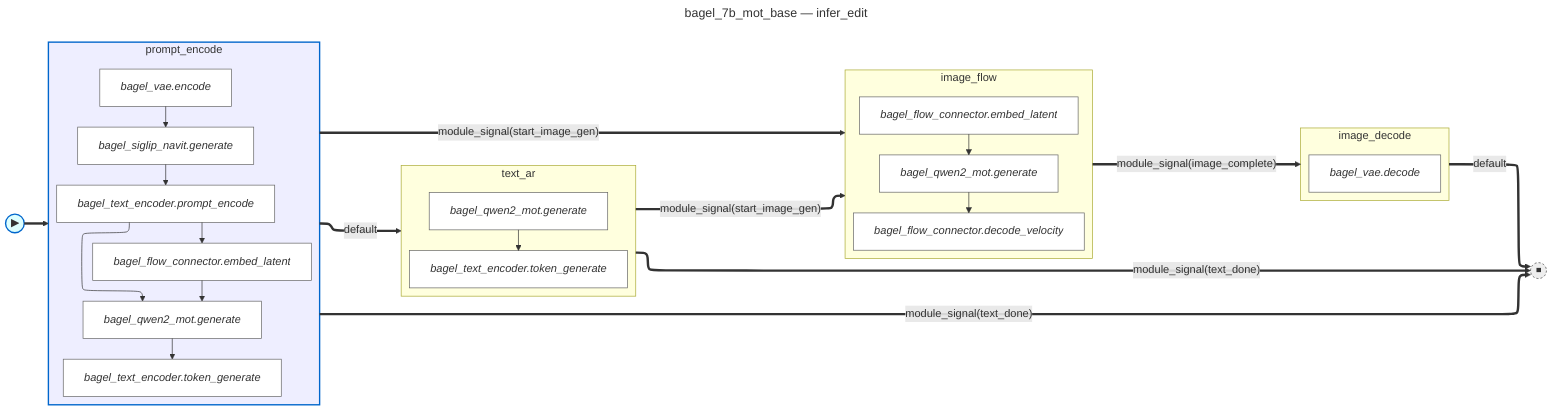
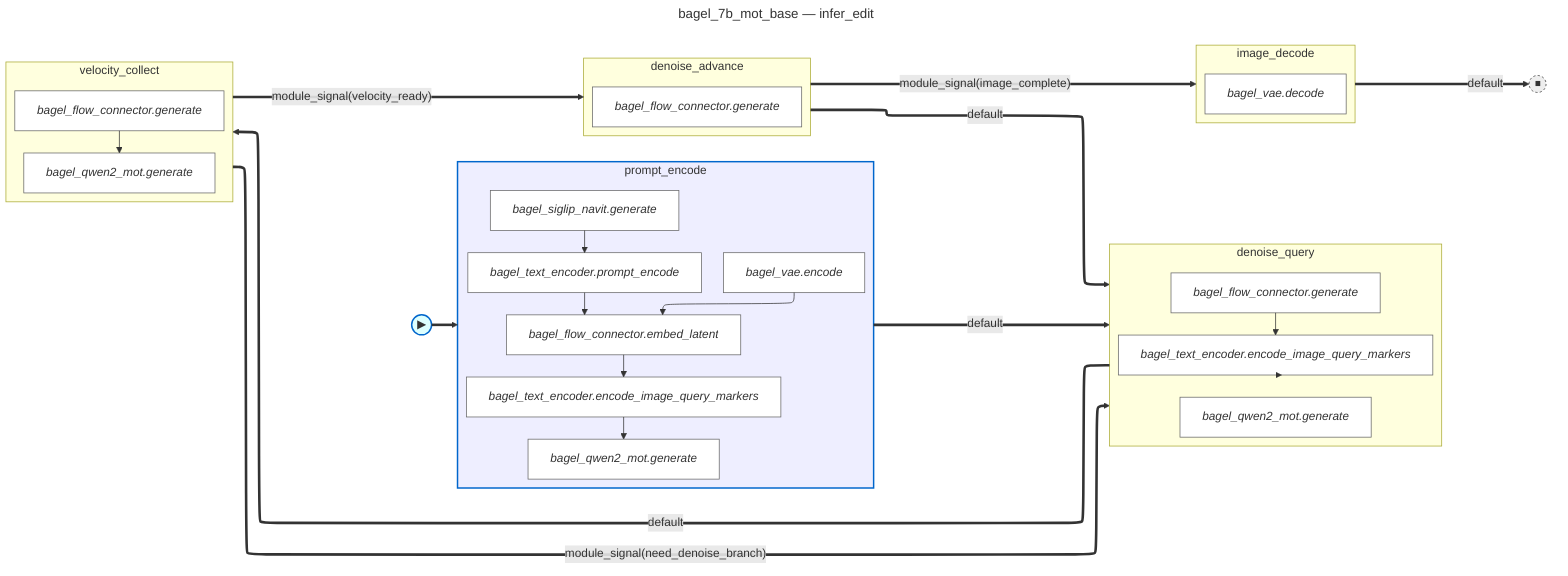
---
title: bagel_7b_mot_base — infer_edit
---
%%{init: {'flowchart': {'defaultRenderer': 'elk'}}}%%
flowchart LR
    fsm_start(("▶")):::fsm_start
    fsm_done(("⏹")):::fsm_terminal
    subgraph state_prompt_encode [prompt_encode]
        direction TB
        prompt_encode__bagel_vae_encode["<i>bagel_vae.encode</i>"]:::body_node
+         prompt_encode__bagel_flow_connector_embed_latent["<i>bagel_flow_connector.embed_latent</i>"]:::body_node
        prompt_encode__bagel_siglip_navit_generate["<i>bagel_siglip_navit.generate</i>"]:::body_node
        prompt_encode__bagel_text_encoder_prompt_encode["<i>bagel_text_encoder.prompt_encode</i>"]:::body_node
-         prompt_encode__bagel_flow_connector_embed_latent["<i>bagel_flow_connector.embed_latent</i>"]:::body_node
+         prompt_encode__bagel_text_encoder_encode_image_query_markers["<i>bagel_text_encoder.encode_image_query_markers</i>"]:::body_node
        prompt_encode__bagel_qwen2_mot_generate["<i>bagel_qwen2_mot.generate</i>"]:::body_node
-         prompt_encode__bagel_text_encoder_token_generate["<i>bagel_text_encoder.token_generate</i>"]:::body_node
-         prompt_encode__bagel_vae_encode --> prompt_encode__bagel_siglip_navit_generate
+         prompt_encode__bagel_vae_encode --> prompt_encode__bagel_flow_connector_embed_latent
        prompt_encode__bagel_siglip_navit_generate --> prompt_encode__bagel_text_encoder_prompt_encode
        prompt_encode__bagel_text_encoder_prompt_encode --> prompt_encode__bagel_flow_connector_embed_latent
-         prompt_encode__bagel_flow_connector_embed_latent --> prompt_encode__bagel_qwen2_mot_generate
-         prompt_encode__bagel_text_encoder_prompt_encode --> prompt_encode__bagel_qwen2_mot_generate
-         prompt_encode__bagel_qwen2_mot_generate --> prompt_encode__bagel_text_encoder_token_generate
+         prompt_encode__bagel_flow_connector_embed_latent --> prompt_encode__bagel_text_encoder_encode_image_query_markers
+         prompt_encode__bagel_text_encoder_encode_image_query_markers --> prompt_encode__bagel_qwen2_mot_generate
    end
-     subgraph state_text_ar [text_ar]
+     subgraph state_denoise_query [denoise_query]
        direction TB
-         text_ar__bagel_qwen2_mot_generate["<i>bagel_qwen2_mot.generate</i>"]:::body_node
-         text_ar__bagel_text_encoder_token_generate["<i>bagel_text_encoder.token_generate</i>"]:::body_node
-         text_ar__bagel_qwen2_mot_generate --> text_ar__bagel_text_encoder_token_generate
+         denoise_query__bagel_flow_connector_generate["<i>bagel_flow_connector.generate</i>"]:::body_node
+         denoise_query__bagel_text_encoder_encode_image_query_markers["<i>bagel_text_encoder.encode_image_query_markers</i>"]:::body_node
+         denoise_query__bagel_qwen2_mot_generate["<i>bagel_qwen2_mot.generate</i>"]:::body_node
+         denoise_query__bagel_flow_connector_generate --> denoise_query__bagel_text_encoder_encode_image_query_markers
+         denoise_query__bagel_text_encoder_encode_image_query_markers --> denoise_query__bagel_qwen2_mot_generate
    end
-     subgraph state_image_flow [image_flow]
+     subgraph state_velocity_collect [velocity_collect]
        direction TB
-         image_flow__bagel_flow_connector_embed_latent["<i>bagel_flow_connector.embed_latent</i>"]:::body_node
-         image_flow__bagel_qwen2_mot_generate["<i>bagel_qwen2_mot.generate</i>"]:::body_node
-         image_flow__bagel_flow_connector_decode_velocity["<i>bagel_flow_connector.decode_velocity</i>"]:::body_node
-         image_flow__bagel_flow_connector_embed_latent --> image_flow__bagel_qwen2_mot_generate
-         image_flow__bagel_qwen2_mot_generate --> image_flow__bagel_flow_connector_decode_velocity
+         velocity_collect__bagel_flow_connector_generate["<i>bagel_flow_connector.generate</i>"]:::body_node
+         velocity_collect__bagel_qwen2_mot_generate["<i>bagel_qwen2_mot.generate</i>"]:::body_node
+         velocity_collect__bagel_flow_connector_generate --> velocity_collect__bagel_qwen2_mot_generate
+     end
+     subgraph state_denoise_advance [denoise_advance]
+         direction TB
+         denoise_advance__bagel_flow_connector_generate["<i>bagel_flow_connector.generate</i>"]:::body_node
    end
    subgraph state_image_decode [image_decode]
        direction TB
        image_decode__bagel_vae_decode["<i>bagel_vae.decode</i>"]:::body_node
    end
    fsm_start ==> state_prompt_encode
-     state_prompt_encode ==>|"module_signal(start_image_gen)"| state_image_flow
-     state_prompt_encode ==>|"module_signal(text_done)"| fsm_done
-     state_prompt_encode ==>|"default"| state_text_ar
-     state_text_ar ==>|"module_signal(start_image_gen)"| state_image_flow
-     state_text_ar ==>|"module_signal(text_done)"| fsm_done
-     state_image_flow ==>|"module_signal(image_complete)"| state_image_decode
+     state_prompt_encode ==>|"default"| state_denoise_query
+     state_denoise_query ==>|"default"| state_velocity_collect
+     state_velocity_collect ==>|"module_signal(need_denoise_branch)"| state_denoise_query
+     state_velocity_collect ==>|"module_signal(velocity_ready)"| state_denoise_advance
+     state_denoise_advance ==>|"module_signal(image_complete)"| state_image_decode
+     state_denoise_advance ==>|"default"| state_denoise_query
    state_image_decode ==>|"default"| fsm_done
    classDef body_node fill:#fff,stroke:#666
    classDef fsm_start fill:#dff,stroke:#06c,stroke-width:2px
    classDef fsm_terminal fill:#eee,stroke:#333,stroke-width:1px,stroke-dasharray:3 3
    style state_prompt_encode fill:#eef,stroke:#06c,stroke-width:2px
